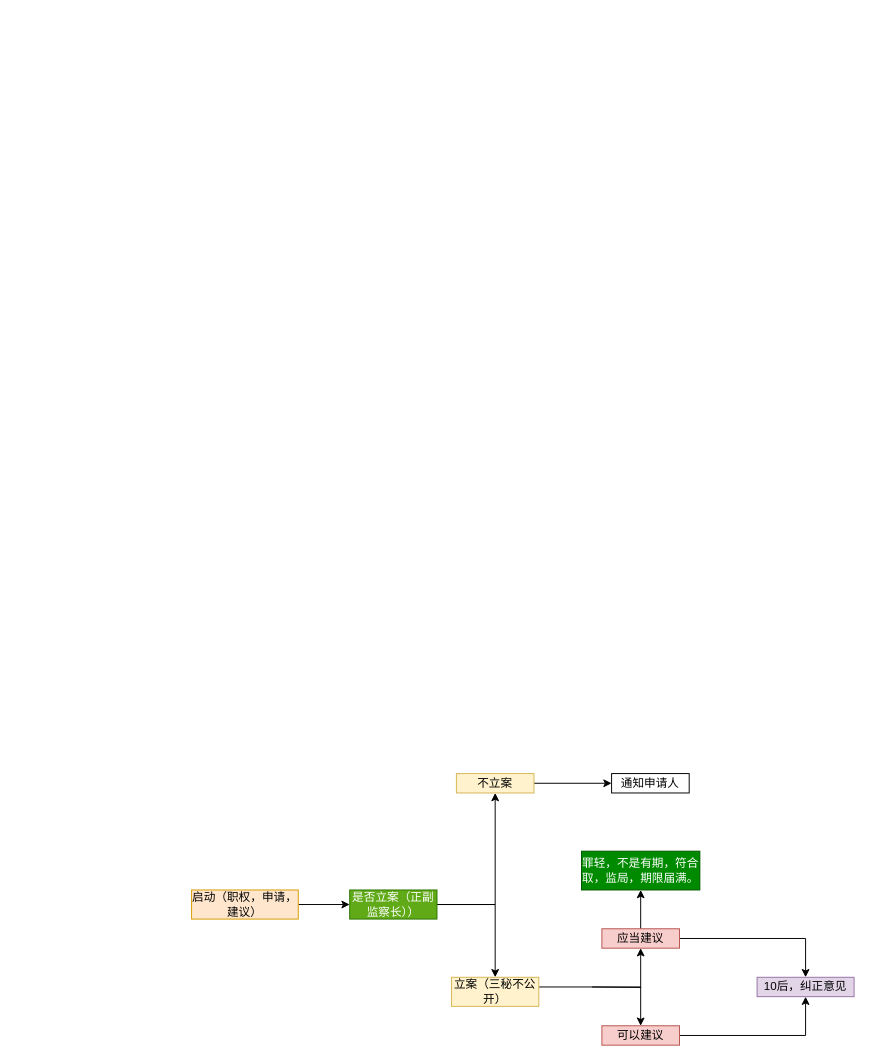
This is 流程图文件/刑诉/专题8强制措施/羁押必要性审查.drawio from woshiduanli/Study, a draw.io file, before an edit. Source tidied: cells renumbered, new cells numbered last; positions are measured from the earlier drawing's top-left corner, leaving out a move shared by most shapes. Both pictures are drawn from the tidied source at 97%, with x=0, y=0 at pixel (191, 773).
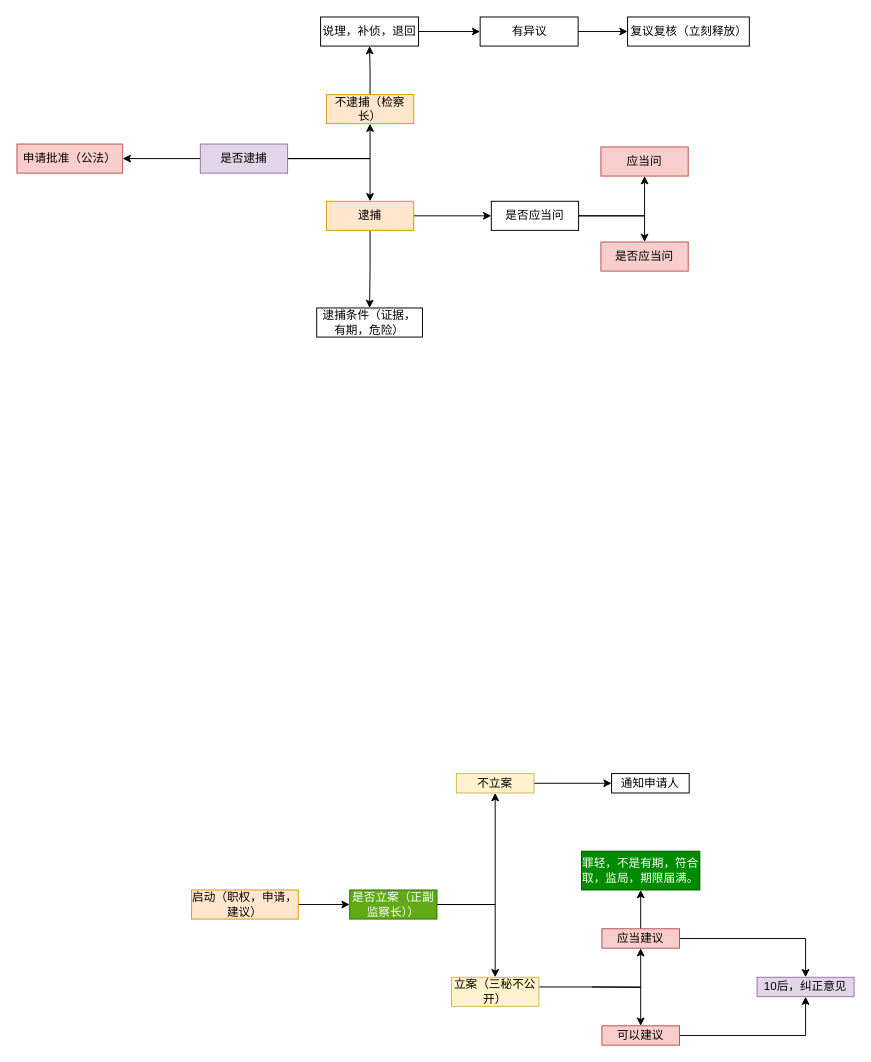
Above is the later version.

Commit message (it also covers changes not shown here):
更新羁押必要性审查.drawio

What changed in the source:
```diff
@@
+    <mxCell id="20" style="edgeStyle=orthogonalEdgeStyle;rounded=0;jettySize=auto;html=1;" parent="1" edge="1" source="23" target="25">
+      <mxGeometry relative="1" as="geometry" />
+    </mxCell>
+    <mxCell id="21" style="edgeStyle=orthogonalEdgeStyle;rounded=0;jettySize=auto;html=1;" parent="1" edge="1" source="23" target="28">
+      <mxGeometry relative="1" as="geometry" />
+    </mxCell>
+    <mxCell id="22" style="edgeStyle=orthogonalEdgeStyle;rounded=0;jettySize=auto;html=1;" parent="1" edge="1" source="23" target="39">
+      <mxGeometry relative="1" as="geometry" />
+    </mxCell>
+    <mxCell id="23" value="是否逮捕" style="whiteSpace=wrap;html=1;fillColor=#e1d5e7;strokeColor=#9673a6;" parent="1" vertex="1">
+      <mxGeometry x="9" y="-649" width="90" height="30" as="geometry" />
+    </mxCell>
+    <mxCell id="24" style="edgeStyle=orthogonalEdgeStyle;rounded=0;jettySize=auto;html=1;" parent="1" edge="1" source="25" target="35">
+      <mxGeometry relative="1" as="geometry" />
+    </mxCell>
+    <mxCell id="25" value="不逮捕（检察长）" style="whiteSpace=wrap;html=1;fillColor=#ffe6cc;strokeColor=#d79b00;" parent="1" vertex="1">
+      <mxGeometry x="139" y="-700" width="90" height="30" as="geometry" />
+    </mxCell>
+    <mxCell id="26" style="edgeStyle=orthogonalEdgeStyle;rounded=0;jettySize=auto;html=1;" parent="1" edge="1" source="28" target="31">
+      <mxGeometry relative="1" as="geometry" />
+    </mxCell>
+    <mxCell id="27" style="edgeStyle=orthogonalEdgeStyle;rounded=0;jettySize=auto;html=1;" parent="1" edge="1" source="28" target="40">
+      <mxGeometry relative="1" as="geometry" />
+    </mxCell>
+    <mxCell id="28" value="逮捕" style="whiteSpace=wrap;html=1;fillColor=#ffe6cc;strokeColor=#d79b00;" parent="1" vertex="1">
+      <mxGeometry x="139" y="-590" width="90" height="30" as="geometry" />
+    </mxCell>
+    <mxCell id="29" style="edgeStyle=orthogonalEdgeStyle;rounded=0;jettySize=auto;html=1;" parent="1" edge="1" source="31" target="32">
+      <mxGeometry relative="1" as="geometry" />
+    </mxCell>
+    <mxCell id="30" style="edgeStyle=orthogonalEdgeStyle;rounded=0;jettySize=auto;html=1;" parent="1" edge="1" source="31" target="33">
+      <mxGeometry relative="1" as="geometry" />
+    </mxCell>
+    <mxCell id="31" value="是否应当问" style="whiteSpace=wrap;html=1;" parent="1" vertex="1">
+      <mxGeometry x="309" y="-590" width="90" height="30" as="geometry" />
+    </mxCell>
+    <mxCell id="32" value="应当问" style="whiteSpace=wrap;html=1;fillColor=#f8cecc;strokeColor=#b85450;" parent="1" vertex="1">
+      <mxGeometry x="422" y="-646" width="90" height="30" as="geometry" />
+    </mxCell>
+    <mxCell id="33" value="是否应当问" style="whiteSpace=wrap;html=1;fillColor=#f8cecc;strokeColor=#b85450;" parent="1" vertex="1">
+      <mxGeometry x="422" y="-548" width="90" height="30" as="geometry" />
+    </mxCell>
+    <mxCell id="34" style="edgeStyle=orthogonalEdgeStyle;rounded=0;jettySize=auto;html=1;" parent="1" edge="1" source="35" target="37">
+      <mxGeometry relative="1" as="geometry" />
+    </mxCell>
+    <mxCell id="35" value="说理，补侦，退回" style="whiteSpace=wrap;html=1;" parent="1" vertex="1">
+      <mxGeometry x="133" y="-780" width="101" height="30" as="geometry" />
+    </mxCell>
+    <mxCell id="36" style="edgeStyle=orthogonalEdgeStyle;rounded=0;jettySize=auto;html=1;" parent="1" edge="1" source="37" target="38">
+      <mxGeometry relative="1" as="geometry" />
+    </mxCell>
+    <mxCell id="37" value="有异议" style="whiteSpace=wrap;html=1;" parent="1" vertex="1">
+      <mxGeometry x="297.5" y="-780" width="101" height="30" as="geometry" />
+    </mxCell>
+    <mxCell id="38" value="复议复核（立刻释放）" style="whiteSpace=wrap;html=1;" parent="1" vertex="1">
+      <mxGeometry x="449.5" y="-780" width="125.5" height="30" as="geometry" />
+    </mxCell>
+    <mxCell id="39" value="申请批准（公法）" style="whiteSpace=wrap;html=1;fillColor=#f8cecc;strokeColor=#b85450;" parent="1" vertex="1">
+      <mxGeometry x="-180" y="-649" width="109" height="30" as="geometry" />
+    </mxCell>
+    <mxCell id="40" value="逮捕条件（证据，有期，危险）" style="whiteSpace=wrap;html=1;" parent="1" vertex="1">
+      <mxGeometry x="129" y="-480" width="109" height="30" as="geometry" />
+    </mxCell>
```
